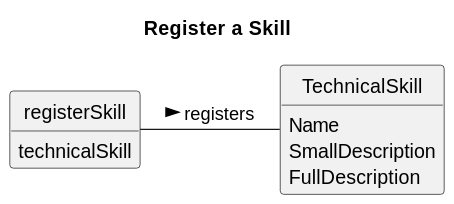
Above: docs/sprintA/us001/02.analysis/svg/us001-domain-model.svg in RicardoMorim/lapr2-ISEP-Project (PlantUML), before the change. Source of this version:
```plantuml
@startuml
hide circle
hide methods

title Register a Skill

class registerSkill {
    technicalSkill
}

class TechnicalSkill{
    Name
    SmallDescription
    FullDescription
}

registerSkill -  TechnicalSkill : registers >
@enduml
```
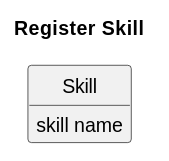
The same file after the commit.

The edit, as a diff of the source:
```diff
@@ -1,18 +1,17 @@
 @startuml
+skinparam monochrome true
+skinparam packageStyle rectangle
+skinparam shadowing false
+
+
+skinparam classAttributeIconSize 0
+
 hide circle
 hide methods
 
-title Register a Skill
+title Register Skill
 
-class registerSkill {
-    technicalSkill
+class Skill {
+skill name
 }
-
-class TechnicalSkill{
-    Name
-    SmallDescription
-    FullDescription
-}
-
-registerSkill -  TechnicalSkill : registers >
 @enduml
```
